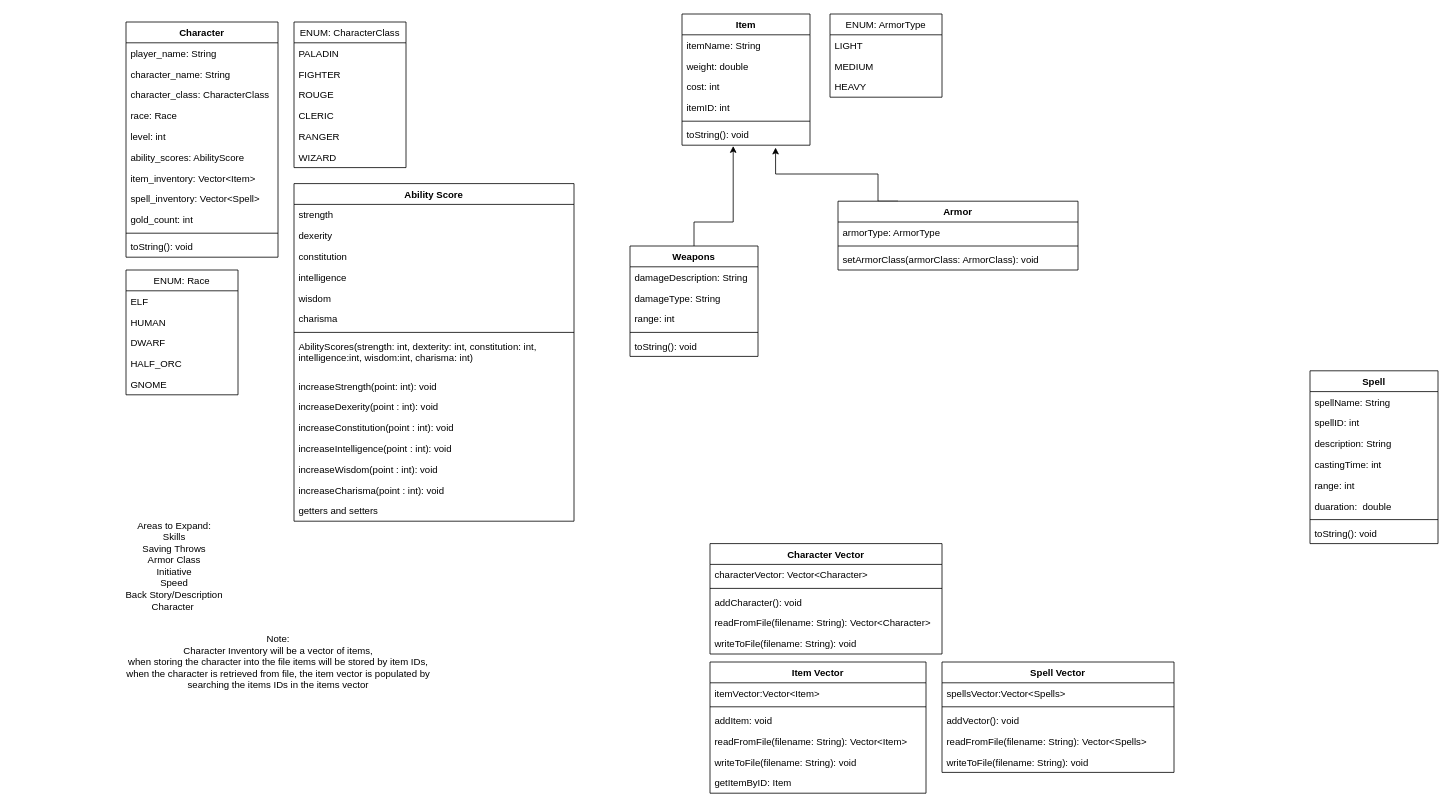
Before: documentation/project_class_structure_and_design.drawio in ScientiaDominus/ECE-3220-Project, a draw.io diagram. Source tidied: cells renumbered, new cells numbered last; positions are measured from the earlier drawing's top-left corner, leaving out a move shared by most shapes. Both pictures are drawn from the tidied source at 80%, with x=0, y=0 at pixel (118, 14).
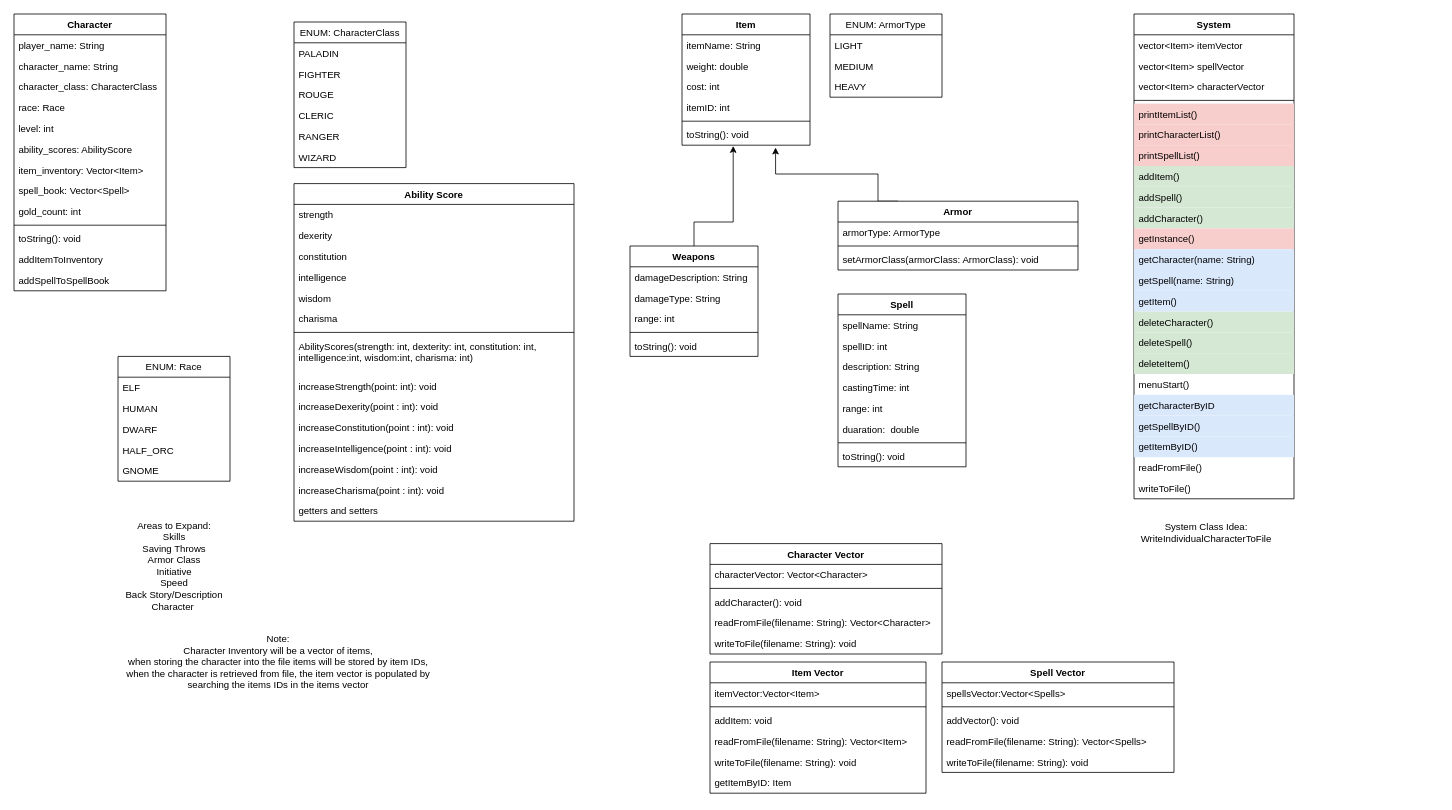
After the change.

Commit message:
Added System Class

The edit, as a diff of the source:
```diff
@@
     <mxCell id="2" value="Character" style="swimlane;fontStyle=1;align=center;verticalAlign=top;horizontal=1;startSize=26;" parent="1" vertex="1">
-      <mxGeometry x="10" y="10" width="190" height="294" as="geometry" />
+      <mxGeometry x="-130" width="190" height="346" as="geometry" />
     </mxCell>
@@
-    <mxCell id="10" value="spell_inventory: Vector&lt;Spell&gt;" style="text;strokeColor=none;fillColor=none;align=left;verticalAlign=top;spacingLeft=4;spacingRight=4;overflow=hidden;" parent="2" vertex="1">
+    <mxCell id="10" value="spell_book: Vector&lt;Spell&gt;" style="text;strokeColor=none;fillColor=none;align=left;verticalAlign=top;spacingLeft=4;spacingRight=4;overflow=hidden;" parent="2" vertex="1">
       <mxGeometry y="208" width="190" height="26" as="geometry" />
     </mxCell>
@@
+    <mxCell id="96" value="toString(): void" style="text;strokeColor=none;fillColor=none;align=left;verticalAlign=top;spacingLeft=4;spacingRight=4;overflow=hidden;" parent="2" vertex="1">
+      <mxGeometry y="268" width="190" height="26" as="geometry" />
+    </mxCell>
-    <mxCell id="13" value="toString(): void" style="text;strokeColor=none;fillColor=none;align=left;verticalAlign=top;spacingLeft=4;spacingRight=4;overflow=hidden;" parent="2" vertex="1">
-      <mxGeometry y="268" width="190" height="26" as="geometry" />
+    <mxCell id="13" value="addItemToInventory" style="text;strokeColor=none;fillColor=none;align=left;verticalAlign=top;spacingLeft=4;spacingRight=4;overflow=hidden;" parent="2" vertex="1">
+      <mxGeometry y="294" width="190" height="26" as="geometry" />
     </mxCell>
+    <mxCell id="97" value="addSpellToSpellBook" style="text;strokeColor=none;fillColor=none;align=left;verticalAlign=top;spacingLeft=4;spacingRight=4;overflow=hidden;" parent="2" vertex="1">
+      <mxGeometry y="320" width="190" height="26" as="geometry" />
+    </mxCell>
@@
     <mxCell id="28" value="Spell" style="swimlane;fontStyle=1;align=center;verticalAlign=top;horizontal=1;startSize=26;" parent="1" vertex="1">
-      <mxGeometry x="1490" y="446" width="160" height="216" as="geometry" />
+      <mxGeometry x="900" y="350" width="160" height="216" as="geometry" />
     </mxCell>
@@
     <mxCell id="53" value="ENUM: Race" style="swimlane;fontStyle=0;horizontal=1;startSize=26;fillColor=none;" parent="1" vertex="1">
-      <mxGeometry x="10" y="320" width="140" height="156" as="geometry" />
+      <mxGeometry y="428" width="140" height="156" as="geometry" />
     </mxCell>
@@
+    <mxCell id="98" value="System" style="swimlane;fontStyle=1;align=center;verticalAlign=top;horizontal=1;startSize=26;" parent="1" vertex="1">
+      <mxGeometry x="1270" width="200" height="606" as="geometry" />
+    </mxCell>
+    <mxCell id="99" value="vector&lt;Item&gt; itemVector" style="text;strokeColor=none;fillColor=none;align=left;verticalAlign=top;spacingLeft=4;spacingRight=4;overflow=hidden;" parent="98" vertex="1">
+      <mxGeometry y="26" width="200" height="26" as="geometry" />
+    </mxCell>
+    <mxCell id="100" value="vector&lt;Item&gt; spellVector" style="text;strokeColor=none;fillColor=none;align=left;verticalAlign=top;spacingLeft=4;spacingRight=4;overflow=hidden;" parent="98" vertex="1">
+      <mxGeometry y="52" width="200" height="26" as="geometry" />
+    </mxCell>
+    <mxCell id="101" value="vector&lt;Item&gt; characterVector" style="text;strokeColor=none;fillColor=none;align=left;verticalAlign=top;spacingLeft=4;spacingRight=4;overflow=hidden;" parent="98" vertex="1">
+      <mxGeometry y="78" width="200" height="26" as="geometry" />
+    </mxCell>
+    <mxCell id="102" style="line;strokeWidth=1;fillColor=none;align=left;verticalAlign=middle;spacingTop=-1;spacingLeft=3;spacingRight=3;labelPosition=right;" parent="98" vertex="1">
+      <mxGeometry y="104" width="200" height="8" as="geometry" />
+    </mxCell>
+    <mxCell id="103" value="printItemList()" style="text;fillColor=#f8cecc;align=left;verticalAlign=top;spacingLeft=4;spacingRight=4;overflow=hidden;" parent="98" vertex="1">
+      <mxGeometry y="112" width="200" height="26" as="geometry" />
+    </mxCell>
+    <mxCell id="104" value="printCharacterList()" style="text;fillColor=#f8cecc;align=left;verticalAlign=top;spacingLeft=4;spacingRight=4;overflow=hidden;" parent="98" vertex="1">
+      <mxGeometry y="138" width="200" height="26" as="geometry" />
+    </mxCell>
+    <mxCell id="105" value="printSpellList()" style="text;fillColor=#f8cecc;align=left;verticalAlign=top;spacingLeft=4;spacingRight=4;overflow=hidden;" parent="98" vertex="1">
+      <mxGeometry y="164" width="200" height="26" as="geometry" />
+    </mxCell>
+    <mxCell id="106" value="addItem()" style="text;strokeColor=none;fillColor=#d5e8d4;align=left;verticalAlign=top;spacingLeft=4;spacingRight=4;overflow=hidden;" parent="98" vertex="1">
+      <mxGeometry y="190" width="200" height="26" as="geometry" />
+    </mxCell>
+    <mxCell id="107" value="addSpell()" style="text;strokeColor=none;fillColor=#d5e8d4;align=left;verticalAlign=top;spacingLeft=4;spacingRight=4;overflow=hidden;" parent="98" vertex="1">
+      <mxGeometry y="216" width="200" height="26" as="geometry" />
+    </mxCell>
+    <mxCell id="108" value="addCharacter()" style="text;strokeColor=none;fillColor=#d5e8d4;align=left;verticalAlign=top;spacingLeft=4;spacingRight=4;overflow=hidden;" parent="98" vertex="1">
+      <mxGeometry y="242" width="200" height="26" as="geometry" />
+    </mxCell>
+    <mxCell id="109" value="getInstance()" style="text;strokeColor=none;align=left;verticalAlign=top;spacingLeft=4;spacingRight=4;overflow=hidden;fillColor=#f8cecc;" parent="98" vertex="1">
+      <mxGeometry y="268" width="200" height="26" as="geometry" />
+    </mxCell>
+    <mxCell id="110" value="getCharacter(name: String)" style="text;strokeColor=none;fillColor=#dae8fc;align=left;verticalAlign=top;spacingLeft=4;spacingRight=4;overflow=hidden;" parent="98" vertex="1">
+      <mxGeometry y="294" width="200" height="26" as="geometry" />
+    </mxCell>
+    <mxCell id="111" value="getSpell(name: String)" style="text;strokeColor=none;fillColor=#dae8fc;align=left;verticalAlign=top;spacingLeft=4;spacingRight=4;overflow=hidden;" parent="98" vertex="1">
+      <mxGeometry y="320" width="200" height="26" as="geometry" />
+    </mxCell>
+    <mxCell id="112" value="getItem()" style="text;strokeColor=none;fillColor=#dae8fc;align=left;verticalAlign=top;spacingLeft=4;spacingRight=4;overflow=hidden;" parent="98" vertex="1">
+      <mxGeometry y="346" width="200" height="26" as="geometry" />
+    </mxCell>
+    <mxCell id="113" value="deleteCharacter()" style="text;strokeColor=none;fillColor=#d5e8d4;align=left;verticalAlign=top;spacingLeft=4;spacingRight=4;overflow=hidden;" parent="98" vertex="1">
+      <mxGeometry y="372" width="200" height="26" as="geometry" />
+    </mxCell>
+    <mxCell id="114" value="deleteSpell()" style="text;fillColor=#d5e8d4;align=left;verticalAlign=top;spacingLeft=4;spacingRight=4;overflow=hidden;" parent="98" vertex="1">
+      <mxGeometry y="398" width="200" height="26" as="geometry" />
+    </mxCell>
+    <mxCell id="115" value="deleteItem()" style="text;strokeColor=none;fillColor=#d5e8d4;align=left;verticalAlign=top;spacingLeft=4;spacingRight=4;overflow=hidden;" parent="98" vertex="1">
+      <mxGeometry y="424" width="200" height="26" as="geometry" />
+    </mxCell>
+    <mxCell id="116" value="menuStart()" style="text;strokeColor=none;fillColor=none;align=left;verticalAlign=top;spacingLeft=4;spacingRight=4;overflow=hidden;" parent="98" vertex="1">
+      <mxGeometry y="450" width="200" height="26" as="geometry" />
+    </mxCell>
+    <mxCell id="117" value="getCharacterByID" style="text;strokeColor=none;fillColor=#dae8fc;align=left;verticalAlign=top;spacingLeft=4;spacingRight=4;overflow=hidden;" parent="98" vertex="1">
+      <mxGeometry y="476" width="200" height="26" as="geometry" />
+    </mxCell>
+    <mxCell id="118" value="getSpellByID()" style="text;strokeColor=none;fillColor=#dae8fc;align=left;verticalAlign=top;spacingLeft=4;spacingRight=4;overflow=hidden;" parent="98" vertex="1">
+      <mxGeometry y="502" width="200" height="26" as="geometry" />
+    </mxCell>
+    <mxCell id="119" value="getItemByID()" style="text;strokeColor=none;fillColor=#dae8fc;align=left;verticalAlign=top;spacingLeft=4;spacingRight=4;overflow=hidden;" parent="98" vertex="1">
+      <mxGeometry y="528" width="200" height="26" as="geometry" />
+    </mxCell>
+    <mxCell id="120" value="readFromFile()" style="text;align=left;verticalAlign=top;spacingLeft=4;spacingRight=4;overflow=hidden;" parent="98" vertex="1">
+      <mxGeometry y="554" width="200" height="26" as="geometry" />
+    </mxCell>
+    <mxCell id="121" value="writeToFile()" style="text;align=left;verticalAlign=top;spacingLeft=4;spacingRight=4;overflow=hidden;" parent="98" vertex="1">
+      <mxGeometry y="580" width="200" height="26" as="geometry" />
+    </mxCell>
+    <mxCell id="122" value="System Class Idea:&lt;br&gt;WriteIndividualCharacterToFile" style="text;html=1;align=center;verticalAlign=middle;strokeColor=none;" parent="1" vertex="1">
+      <mxGeometry x="1270" y="634" width="180" height="30" as="geometry" />
+    </mxCell>
```
